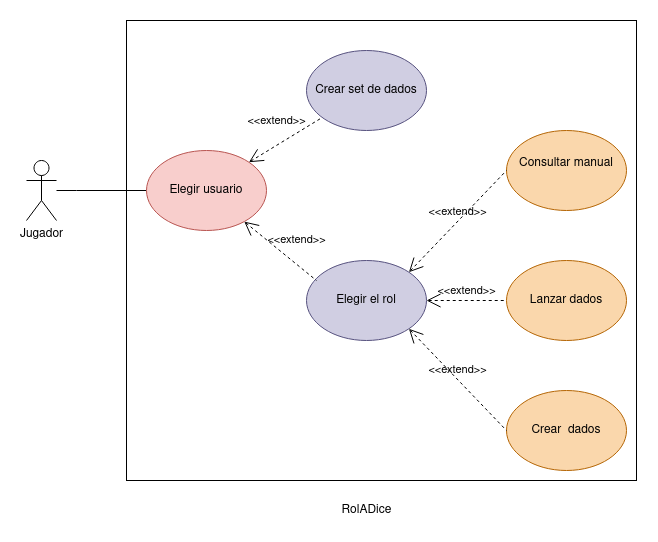
This is diagramas/diagrama de casos de uso/RolADice CU.png from Alejandrotr22/Proyecto_ETS, a draw.io export, as it was before one commit. Source tidied: cells renumbered, new cells last; positions are measured from the earlier drawing's top-left corner, leaving out a move shared by most shapes.
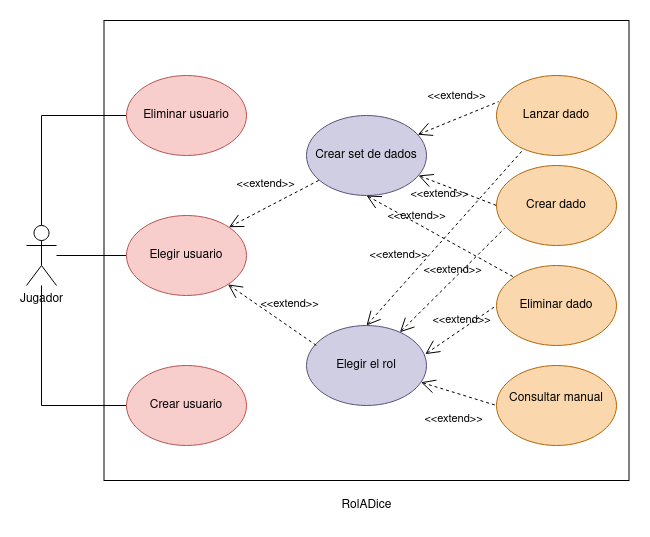
After the commit.

Commit message:
Se actualiza el diagrama  de casos de uso otra vez #8

What changed in the source:
```diff
@@ -2,25 +2,34 @@
   <root>
     <mxCell id="0" />
     <mxCell id="1" parent="0" />
-    <mxCell id="2" style="edgeStyle=orthogonalEdgeStyle;rounded=0;jettySize=auto;html=1;entryX=0;entryY=0.5;entryDx=0;entryDy=0;endArrow=none;endFill=0;" parent="1" edge="1" source="3" target="14">
-      <mxGeometry relative="1" as="geometry">
-        <Array as="points">
-          <mxPoint x="50" y="170" />
-          <mxPoint x="50" y="170" />
-        </Array>
-      </mxGeometry>
+    <mxCell id="2" style="edgeStyle=orthogonalEdgeStyle;rounded=0;jettySize=auto;html=1;endArrow=none;endFill=0;" parent="1" edge="1" source="3" target="14">
+      <mxGeometry relative="1" as="geometry" />
     </mxCell>
+    <mxCell id="17" style="edgeStyle=orthogonalEdgeStyle;rounded=0;jettySize=auto;html=1;entryX=0;entryY=0.5;entryDx=0;entryDy=0;endArrow=none;endFill=0;" parent="1" edge="1" source="3" target="20">
+      <mxGeometry relative="1" as="geometry">
+        <Array as="points">
+          <mxPoint x="15" y="30" />
+        </Array>
+      </mxGeometry>
+    </mxCell>
+    <mxCell id="18" style="edgeStyle=orthogonalEdgeStyle;rounded=0;jettySize=auto;html=1;entryX=0;entryY=0.5;entryDx=0;entryDy=0;endArrow=none;endFill=0;" parent="1" edge="1" source="3" target="19">
+      <mxGeometry relative="1" as="geometry">
+        <Array as="points">
+          <mxPoint x="15" y="320" />
+        </Array>
+      </mxGeometry>
+    </mxCell>
     <mxCell id="3" value="Jugador" style="shape=umlActor;verticalLabelPosition=bottom;verticalAlign=top;html=1;outlineConnect=0;" parent="1" vertex="1">
       <mxGeometry y="140" width="30" height="60" as="geometry" />
     </mxCell>
     <mxCell id="4" value="&lt;div&gt;Consultar manual&lt;/div&gt;&lt;div&gt;&lt;br&gt;&lt;/div&gt;" style="ellipse;whiteSpace=wrap;html=1;fillColor=#fad7ac;strokeColor=#b46504;" parent="1" vertex="1">
-      <mxGeometry x="480" y="110" width="120" height="80" as="geometry" />
+      <mxGeometry x="470" y="280" width="120" height="80" as="geometry" />
     </mxCell>
-    <mxCell id="5" value="Lanzar dados" style="ellipse;whiteSpace=wrap;html=1;fillColor=#fad7ac;strokeColor=#b46504;" parent="1" vertex="1">
-      <mxGeometry x="480" y="240" width="120" height="80" as="geometry" />
+    <mxCell id="5" value="Lanzar dado" style="ellipse;whiteSpace=wrap;html=1;fillColor=#fad7ac;strokeColor=#b46504;" parent="1" vertex="1">
+      <mxGeometry x="470" y="-10" width="120" height="80" as="geometry" />
     </mxCell>
-    <mxCell id="6" value="Crear&amp;nbsp; dados" style="ellipse;whiteSpace=wrap;html=1;fillColor=#fad7ac;strokeColor=#b46504;" parent="1" vertex="1">
-      <mxGeometry x="480" y="370" width="120" height="80" as="geometry" />
+    <mxCell id="6" value="Crear dado" style="ellipse;whiteSpace=wrap;html=1;fillColor=#fad7ac;strokeColor=#b46504;" parent="1" vertex="1">
+      <mxGeometry x="470" y="80" width="120" height="80" as="geometry" />
     </mxCell>
     <mxCell id="7" value="Crear set de dados" style="ellipse;whiteSpace=wrap;html=1;fillColor=#d0cee2;strokeColor=#56517e;" parent="1" vertex="1">
       <mxGeometry x="280" y="30" width="120" height="80" as="geometry" />
@@ -28,23 +37,23 @@
     <mxCell id="8" value="Elegir el rol" style="ellipse;whiteSpace=wrap;html=1;fillColor=#d0cee2;strokeColor=#56517e;" parent="1" vertex="1">
       <mxGeometry x="280" y="240" width="120" height="80" as="geometry" />
     </mxCell>
-    <mxCell id="9" value="&amp;lt;&amp;lt;extend&amp;gt;&amp;gt;" style="edgeStyle=none;html=1;startArrow=open;endArrow=none;startSize=12;verticalAlign=bottom;dashed=1;labelBackgroundColor=none;rounded=0;exitX=1;exitY=0;exitDx=0;exitDy=0;entryX=0;entryY=0.5;entryDx=0;entryDy=0;" parent="1" edge="1" source="8" target="4">
-      <mxGeometry relative="1" as="geometry" />
+    <mxCell id="9" value="&amp;lt;&amp;lt;extend&amp;gt;&amp;gt;" style="edgeStyle=none;html=1;startArrow=open;endArrow=none;startSize=12;verticalAlign=bottom;dashed=1;labelBackgroundColor=none;rounded=0;entryX=0;entryY=0.5;entryDx=0;entryDy=0;" parent="1" edge="1" source="8" target="4">
+      <mxGeometry x="0.14" y="-35" relative="1" as="geometry" />
     </mxCell>
-    <mxCell id="10" value="&amp;lt;&amp;lt;extend&amp;gt;&amp;gt;" style="edgeStyle=none;html=1;startArrow=open;endArrow=none;startSize=12;verticalAlign=bottom;dashed=1;labelBackgroundColor=none;rounded=0;exitX=1;exitY=0.5;exitDx=0;exitDy=0;entryX=0;entryY=0.5;entryDx=0;entryDy=0;" parent="1" edge="1" source="8" target="5">
-      <mxGeometry relative="1" as="geometry" />
+    <mxCell id="10" value="&amp;lt;&amp;lt;extend&amp;gt;&amp;gt;" style="edgeStyle=none;html=1;startArrow=open;endArrow=none;startSize=12;verticalAlign=bottom;dashed=1;labelBackgroundColor=none;rounded=0;exitX=0.5;exitY=0;exitDx=0;exitDy=0;entryX=0.226;entryY=0.921;entryDx=0;entryDy=0;entryPerimeter=0;" parent="1" edge="1" source="8" target="5">
+      <mxGeometry x="-0.44" y="17" relative="1" as="geometry" />
     </mxCell>
-    <mxCell id="11" value="&amp;lt;&amp;lt;extend&amp;gt;&amp;gt;" style="edgeStyle=none;html=1;startArrow=open;endArrow=none;startSize=12;verticalAlign=bottom;dashed=1;labelBackgroundColor=none;rounded=0;exitX=1;exitY=1;exitDx=0;exitDy=0;entryX=0;entryY=0.5;entryDx=0;entryDy=0;" parent="1" edge="1" source="8" target="6">
+    <mxCell id="11" value="&amp;lt;&amp;lt;extend&amp;gt;&amp;gt;" style="edgeStyle=none;html=1;startArrow=open;endArrow=none;startSize=12;verticalAlign=bottom;dashed=1;labelBackgroundColor=none;rounded=0;entryX=0.067;entryY=0.785;entryDx=0;entryDy=0;entryPerimeter=0;" parent="1" edge="1" source="8" target="6">
       <mxGeometry relative="1" as="geometry" />
     </mxCell>
     <mxCell id="12" value="RolADice" style="text;html=1;align=center;verticalAlign=middle;strokeColor=none;fillColor=none;" parent="1" vertex="1">
-      <mxGeometry x="305" y="480" width="70" height="20" as="geometry" />
+      <mxGeometry x="305" y="410" width="70" height="20" as="geometry" />
     </mxCell>
     <mxCell id="13" value="&lt;div&gt;&lt;br&gt;&lt;/div&gt;&lt;div&gt;&lt;br&gt;&lt;/div&gt;" style="shape=rect;html=1;verticalAlign=top;fontStyle=1;whiteSpace=wrap;align=center;fillColor=none;gradientColor=#ffffff;" parent="1" vertex="1">
-      <mxGeometry x="100" width="510" height="460" as="geometry" />
+      <mxGeometry x="77.5" y="-65" width="525" height="460" as="geometry" />
     </mxCell>
     <mxCell id="14" value="Elegir usuario" style="ellipse;whiteSpace=wrap;html=1;fillColor=#f8cecc;strokeColor=#b85450;" parent="1" vertex="1">
-      <mxGeometry x="120" y="130" width="120" height="80" as="geometry" />
+      <mxGeometry x="100" y="130" width="120" height="80" as="geometry" />
     </mxCell>
     <mxCell id="15" value="&amp;lt;&amp;lt;extend&amp;gt;&amp;gt;" style="edgeStyle=none;html=1;startArrow=open;endArrow=none;startSize=12;verticalAlign=bottom;dashed=1;labelBackgroundColor=none;rounded=0;exitX=1;exitY=0;exitDx=0;exitDy=0;" parent="1" edge="1" source="14" target="7">
       <mxGeometry x="-0.07" y="13" relative="1" as="geometry" />
@@ -52,5 +61,26 @@
     <mxCell id="16" value="&amp;lt;&amp;lt;extend&amp;gt;&amp;gt;" style="edgeStyle=none;html=1;startArrow=open;endArrow=none;startSize=12;verticalAlign=bottom;dashed=1;labelBackgroundColor=none;rounded=0;entryX=0.083;entryY=0.25;entryDx=0;entryDy=0;entryPerimeter=0;" parent="1" edge="1" source="14" target="8">
       <mxGeometry x="0.26" y="11" relative="1" as="geometry" />
     </mxCell>
+    <mxCell id="19" value="Crear usuario" style="ellipse;whiteSpace=wrap;html=1;fillColor=#f8cecc;strokeColor=#b85450;" parent="1" vertex="1">
+      <mxGeometry x="100" y="280" width="120" height="80" as="geometry" />
+    </mxCell>
+    <mxCell id="20" value="Eliminar usuario" style="ellipse;whiteSpace=wrap;html=1;fillColor=#f8cecc;strokeColor=#b85450;" parent="1" vertex="1">
+      <mxGeometry x="100" y="-10" width="120" height="80" as="geometry" />
+    </mxCell>
+    <mxCell id="21" value="&amp;lt;&amp;lt;extend&amp;gt;&amp;gt;" style="edgeStyle=none;html=1;startArrow=open;endArrow=none;startSize=12;verticalAlign=bottom;dashed=1;labelBackgroundColor=none;rounded=0;entryX=0.018;entryY=0.327;entryDx=0;entryDy=0;entryPerimeter=0;" parent="1" edge="1" source="7" target="5">
+      <mxGeometry x="0.07" y="12" relative="1" as="geometry" />
+    </mxCell>
+    <mxCell id="22" value="&amp;lt;&amp;lt;extend&amp;gt;&amp;gt;" style="edgeStyle=none;html=1;startArrow=open;endArrow=none;startSize=12;verticalAlign=bottom;dashed=1;labelBackgroundColor=none;rounded=0;entryX=0;entryY=0.5;entryDx=0;entryDy=0;" parent="1" edge="1" source="7" target="6">
+      <mxGeometry x="-0.29" y="-19" relative="1" as="geometry" />
+    </mxCell>
+    <mxCell id="23" value="Eliminar dado" style="ellipse;whiteSpace=wrap;html=1;fillColor=#fad7ac;strokeColor=#b46504;" parent="1" vertex="1">
+      <mxGeometry x="470" y="180" width="120" height="80" as="geometry" />
+    </mxCell>
+    <mxCell id="24" value="&amp;lt;&amp;lt;extend&amp;gt;&amp;gt;" style="edgeStyle=none;html=1;startArrow=open;endArrow=none;startSize=12;verticalAlign=bottom;dashed=1;labelBackgroundColor=none;rounded=0;exitX=0.5;exitY=1;exitDx=0;exitDy=0;entryX=0;entryY=0;entryDx=0;entryDy=0;" parent="1" edge="1" source="7" target="23">
+      <mxGeometry x="-0.31" y="-2" relative="1" as="geometry" />
+    </mxCell>
+    <mxCell id="25" value="&amp;lt;&amp;lt;extend&amp;gt;&amp;gt;" style="edgeStyle=none;html=1;startArrow=open;endArrow=none;startSize=12;verticalAlign=bottom;dashed=1;labelBackgroundColor=none;rounded=0;entryX=0;entryY=0.5;entryDx=0;entryDy=0;exitX=0.99;exitY=0.358;exitDx=0;exitDy=0;exitPerimeter=0;" parent="1" edge="1" source="8" target="23">
+      <mxGeometry relative="1" as="geometry" />
+    </mxCell>
   </root>
 </mxGraphModel>
```
